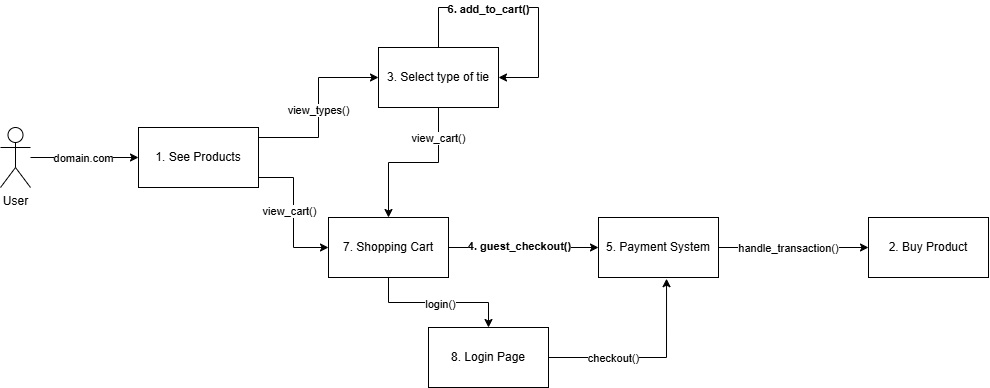
Before: tied.drawio.png, a diagram exported from draw.io (ALcsuf/362-Activity1). Source tidied: cells renumbered, new cells last; positions are measured from the earlier drawing's top-left corner, leaving out a move shared by most shapes.
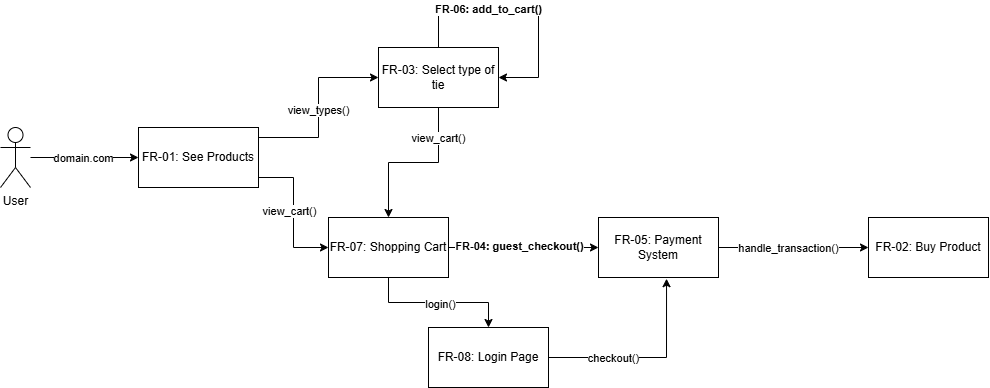
Above is the later version.

Commit message:
added id to FRs, changed diagram to match

What changed in the source:
```diff
@@ -32,7 +32,7 @@
     <mxCell id="8" value="view_cart()" style="edgeLabel;html=1;align=center;verticalAlign=middle;" parent="7" vertex="1">
       <mxGeometry x="-0.62" y="-1" relative="1" as="geometry" />
     </mxCell>
-    <mxCell id="9" value="3. Select type of tie" style="rounded=0;whiteSpace=wrap;html=1;" parent="1" vertex="1">
+    <mxCell id="9" value="FR-03: Select type of tie" style="rounded=0;whiteSpace=wrap;html=1;" parent="1" vertex="1">
       <mxGeometry x="378" y="40" width="120" height="60" as="geometry" />
     </mxCell>
     <mxCell id="10" style="edgeStyle=orthogonalEdgeStyle;rounded=0;jettySize=auto;html=1;entryX=0;entryY=0.5;entryDx=0;entryDy=0;" parent="1" edge="1" source="12" target="19">
@@ -46,7 +46,7 @@
     <mxCell id="11" value="view_cart()" style="edgeLabel;html=1;align=center;verticalAlign=middle;" parent="10" vertex="1">
       <mxGeometry x="-0.02" y="-5" relative="1" as="geometry" />
     </mxCell>
-    <mxCell id="12" value="1. See Products" style="rounded=0;whiteSpace=wrap;html=1;" parent="1" vertex="1">
+    <mxCell id="12" value="FR-01: See Products" style="rounded=0;whiteSpace=wrap;html=1;" parent="1" vertex="1">
       <mxGeometry x="138" y="120" width="120" height="60" as="geometry" />
     </mxCell>
     <mxCell id="13" style="edgeStyle=orthogonalEdgeStyle;rounded=0;orthogonalLoop=1;jettySize=auto;html=1;entryX=1;entryY=0.5;entryDx=0;entryDy=0;exitX=0.5;exitY=0;exitDx=0;exitDy=0;" parent="1" edge="1" source="9" target="9">
@@ -58,7 +58,7 @@
         </Array>
       </mxGeometry>
     </mxCell>
-    <mxCell id="14" value="&lt;b&gt;6. add_to_cart()&lt;/b&gt;" style="edgeLabel;html=1;align=center;verticalAlign=middle;" parent="13" vertex="1">
+    <mxCell id="14" value="&lt;b&gt;FR-06: add_to_cart()&lt;/b&gt;" style="edgeLabel;html=1;align=center;verticalAlign=middle;" parent="13" vertex="1">
       <mxGeometry x="-0.23" y="-1" relative="1" as="geometry">
         <mxPoint x="-7" as="offset" />
       </mxGeometry>
@@ -66,7 +66,7 @@
     <mxCell id="15" style="edgeStyle=orthogonalEdgeStyle;rounded=0;jettySize=auto;html=1;entryX=0;entryY=0.5;entryDx=0;entryDy=0;" parent="1" edge="1" source="19" target="22">
       <mxGeometry relative="1" as="geometry" />
     </mxCell>
-    <mxCell id="16" value="&lt;b&gt;4. guest_checkout()&lt;/b&gt;" style="edgeLabel;html=1;align=center;verticalAlign=middle;" parent="15" vertex="1">
+    <mxCell id="16" value="&lt;b&gt;FR-04: guest_checkout()&lt;/b&gt;" style="edgeLabel;html=1;align=center;verticalAlign=middle;" parent="15" vertex="1">
       <mxGeometry x="-0.07" y="2" relative="1" as="geometry" />
     </mxCell>
     <mxCell id="17" style="edgeStyle=orthogonalEdgeStyle;rounded=0;jettySize=auto;html=1;exitX=0.5;exitY=1;exitDx=0;exitDy=0;entryX=0.5;entryY=0;entryDx=0;entryDy=0;" parent="1" edge="1" source="19" target="23">
@@ -75,7 +75,7 @@
     <mxCell id="18" value="login()" style="edgeLabel;html=1;align=center;verticalAlign=middle;" parent="17" vertex="1">
       <mxGeometry x="0.02" y="-1" relative="1" as="geometry" />
     </mxCell>
-    <mxCell id="19" value="7. Shopping Cart" style="rounded=0;whiteSpace=wrap;html=1;" parent="1" vertex="1">
+    <mxCell id="19" value="FR-07: Shopping Cart" style="rounded=0;whiteSpace=wrap;html=1;" parent="1" vertex="1">
       <mxGeometry x="328" y="210" width="120" height="60" as="geometry" />
     </mxCell>
     <mxCell id="20" style="edgeStyle=orthogonalEdgeStyle;rounded=0;jettySize=auto;html=1;" parent="1" edge="1" source="22" target="26">
@@ -86,10 +86,10 @@
         <mxPoint x="14" as="offset" />
       </mxGeometry>
     </mxCell>
-    <mxCell id="22" value="5. Payment System" style="rounded=0;whiteSpace=wrap;html=1;" parent="1" vertex="1">
+    <mxCell id="22" value="FR-05: Payment System" style="rounded=0;whiteSpace=wrap;html=1;" parent="1" vertex="1">
       <mxGeometry x="598" y="210" width="120" height="60" as="geometry" />
     </mxCell>
-    <mxCell id="23" value="8. Login Page" style="rounded=0;whiteSpace=wrap;html=1;" parent="1" vertex="1">
+    <mxCell id="23" value="FR-08: Login Page" style="rounded=0;whiteSpace=wrap;html=1;" parent="1" vertex="1">
       <mxGeometry x="428" y="320" width="120" height="60" as="geometry" />
     </mxCell>
     <mxCell id="24" style="edgeStyle=orthogonalEdgeStyle;rounded=0;jettySize=auto;html=1;exitX=1;exitY=0.5;exitDx=0;exitDy=0;entryX=0.567;entryY=1.02;entryDx=0;entryDy=0;entryPerimeter=0;" parent="1" edge="1" source="23" target="22">
@@ -98,7 +98,7 @@
     <mxCell id="25" value="checkout()" style="edgeLabel;html=1;align=center;verticalAlign=middle;" parent="24" vertex="1">
       <mxGeometry x="-0.35" relative="1" as="geometry" />
     </mxCell>
-    <mxCell id="26" value="2. Buy Product" style="rounded=0;whiteSpace=wrap;html=1;" parent="1" vertex="1">
+    <mxCell id="26" value="FR-02: Buy Product" style="rounded=0;whiteSpace=wrap;html=1;" parent="1" vertex="1">
       <mxGeometry x="868" y="210" width="120" height="60" as="geometry" />
     </mxCell>
   </root>
```
